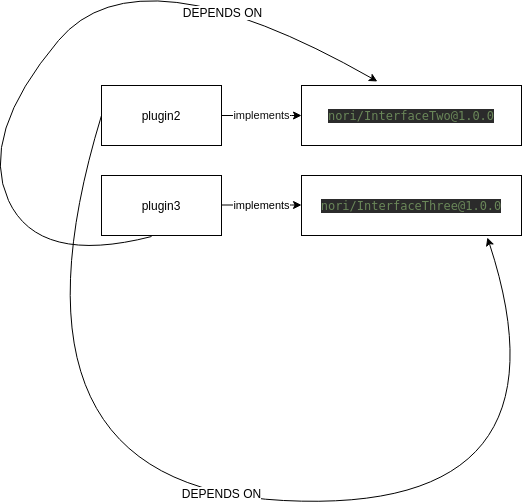
The draw.io diagram internal/dependency/schemes/TestDependencyGraph_Ring2.png in secure2work/nori, before a commit. Source tidied: cells renumbered, new cells last; positions are measured from the earlier drawing's top-left corner, leaving out a move shared by most shapes.
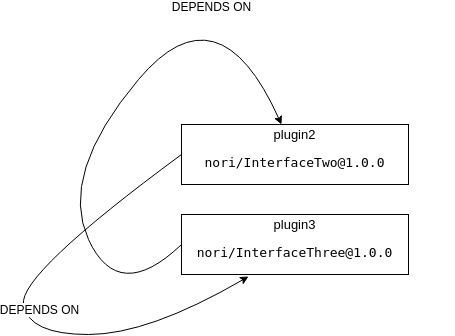
After the commit.

Diff of the diagram source:
```diff
@@ -2,49 +2,31 @@
   <root>
     <mxCell id="0" />
     <mxCell id="1" parent="0" />
-    <mxCell id="2" value="plugin2" style="rounded=0;whiteSpace=wrap;html=1;" parent="1" vertex="1">
-      <mxGeometry x="123" y="140" width="120" height="60" as="geometry" />
+    <mxCell id="2" value="plugin2&lt;br style=&quot;font-size: 13px;&quot;&gt;&lt;pre style=&quot;font-size: 13px; font-family: &amp;quot;dejavu sans mono&amp;quot;;&quot;&gt;&lt;span style=&quot;font-size: 13px;&quot;&gt;nori/InterfaceTwo@1.0.0&lt;/span&gt;&lt;/pre&gt;" style="rounded=0;whiteSpace=wrap;html=1;fontColor=#000000;labelBackgroundColor=#ffffff;fontSize=13;" parent="1" vertex="1">
+      <mxGeometry x="123" y="140" width="227" height="60" as="geometry" />
     </mxCell>
-    <mxCell id="3" value="plugin3" style="rounded=0;whiteSpace=wrap;html=1;" parent="1" vertex="1">
-      <mxGeometry x="123" y="230" width="120" height="60" as="geometry" />
+    <mxCell id="3" value="plugin3&lt;br style=&quot;font-size: 13px;&quot;&gt;&lt;pre style=&quot;font-size: 13px; font-family: &amp;quot;dejavu sans mono&amp;quot;;&quot;&gt;&lt;span style=&quot;font-size: 13px;&quot;&gt;nori/InterfaceThree@1.0.0&lt;/span&gt;&lt;/pre&gt;" style="rounded=0;whiteSpace=wrap;html=1;fontColor=#000000;labelBackgroundColor=#ffffff;fontSize=13;" parent="1" vertex="1">
+      <mxGeometry x="123" y="230" width="227" height="60" as="geometry" />
     </mxCell>
     <mxCell id="4" value="Text" style="text;html=1;align=center;verticalAlign=middle;fontColor=#FFFFFF;" parent="1" vertex="1">
       <mxGeometry x="356" y="180" width="40" height="20" as="geometry" />
     </mxCell>
-    <mxCell id="5" value="&lt;pre style=&quot;background-color: rgb(43 , 43 , 43) ; font-family: &amp;#34;dejavu sans mono&amp;#34; ; font-size: 9pt&quot;&gt;&lt;pre style=&quot;color: rgb(169 , 183 , 198) ; font-family: &amp;#34;dejavu sans mono&amp;#34; ; font-size: 9pt&quot;&gt;&lt;pre style=&quot;font-family: &amp;#34;dejavu sans mono&amp;#34; ; font-size: 9pt&quot;&gt;&lt;span style=&quot;color: #6a8759&quot;&gt;nori/InterfaceTwo@1.0.0&lt;/span&gt;&lt;/pre&gt;&lt;/pre&gt;&lt;/pre&gt;" style="rounded=0;html=1;fontColor=#FFFFFF;whiteSpace=wrap;" parent="1" vertex="1">
-      <mxGeometry x="323" y="140" width="220" height="60" as="geometry" />
-    </mxCell>
-    <mxCell id="6" value="&lt;pre style=&quot;background-color: rgb(43 , 43 , 43) ; font-family: &amp;#34;dejavu sans mono&amp;#34; ; font-size: 9pt&quot;&gt;&lt;pre style=&quot;color: rgb(169 , 183 , 198) ; font-family: &amp;#34;dejavu sans mono&amp;#34; ; font-size: 9pt&quot;&gt;&lt;pre style=&quot;font-family: &amp;#34;dejavu sans mono&amp;#34; ; font-size: 9pt&quot;&gt;&lt;span style=&quot;color: #6a8759&quot;&gt;nori/InterfaceThree@1.0.0&lt;/span&gt;&lt;/pre&gt;&lt;/pre&gt;&lt;/pre&gt;" style="rounded=0;html=1;fontColor=#FFFFFF;whiteSpace=wrap;" parent="1" vertex="1">
-      <mxGeometry x="323" y="230" width="220" height="60" as="geometry" />
-    </mxCell>
-    <mxCell id="7" value="implements" style="endArrow=classic;html=1;fontColor=#0F0F0F;exitX=1;exitY=0.5;exitDx=0;exitDy=0;entryX=0;entryY=0.5;entryDx=0;entryDy=0;" parent="1" edge="1" source="2" target="5">
-      <mxGeometry relative="1" as="geometry">
-        <Array as="points">
-          <mxPoint x="323" y="170" />
-        </Array>
-      </mxGeometry>
-    </mxCell>
-    <mxCell id="8" value="implements" style="endArrow=classic;html=1;fontColor=#000000;exitX=1;exitY=0.5;exitDx=0;exitDy=0;entryX=0;entryY=0.5;entryDx=0;entryDy=0;" parent="1" edge="1">
-      <mxGeometry relative="1" as="geometry">
-        <mxPoint x="243" y="259.5" as="sourcePoint" />
-        <mxPoint x="323" y="259.5" as="targetPoint" />
-        <Array as="points">
-          <mxPoint x="323" y="259.5" />
-        </Array>
-      </mxGeometry>
-    </mxCell>
-    <mxCell id="9" style="curved=1;endArrow=classic;html=1;fontColor=#000000;exitX=0;exitY=0.5;exitDx=0;exitDy=0;entryX=0.845;entryY=1.033;entryDx=0;entryDy=0;entryPerimeter=0;" parent="1" edge="1" source="2" target="6">
+    <mxCell id="9" style="curved=1;endArrow=classic;html=1;fontColor=#000000;exitX=0;exitY=0.5;exitDx=0;exitDy=0;" parent="1" edge="1" source="2">
       <mxGeometry relative="1" as="geometry">
+        <mxPoint x="190" y="292" as="targetPoint" />
         <Array as="points">
-          <mxPoint x="10" y="540" />
-          <mxPoint x="600" y="570" />
+          <mxPoint x="-40" y="290" />
+          <mxPoint x="-30" y="350" />
+          <mxPoint x="90" y="350" />
         </Array>
       </mxGeometry>
     </mxCell>
     <mxCell id="10" value="DEPENDS ON" style="text;html=1;align=center;verticalAlign=middle;labelBackgroundColor=#ffffff;fontColor=#000000;" parent="9" vertex="1">
-      <mxGeometry x="-0.03" y="4" relative="1" as="geometry" />
+      <mxGeometry x="-0.03" y="4" relative="1" as="geometry">
+        <mxPoint x="10.2" y="-5.4" as="offset" />
+      </mxGeometry>
     </mxCell>
-    <mxCell id="11" style="curved=1;endArrow=classic;html=1;exitX=0.417;exitY=1.017;exitDx=0;exitDy=0;exitPerimeter=0;entryX=0.345;entryY=-0.067;entryDx=0;entryDy=0;entryPerimeter=0;" parent="1" edge="1" source="3" target="5">
+    <mxCell id="11" style="curved=1;endArrow=classic;html=1;exitX=0;exitY=0.5;exitDx=0;exitDy=0;" parent="1" edge="1" source="3" target="2">
       <mxGeometry relative="1" as="geometry">
         <Array as="points">
           <mxPoint x="60" y="320" />
```
